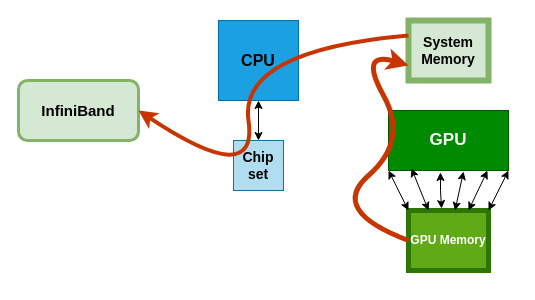
Earlier version of the draw.io diagram page "Page-1" (1 of 4) of DirectRDMA.drawio (bengisuelis/Drawings). Source tidied: cells renumbered, new cells numbered last; positions are measured from the earlier drawing's top-left corner, leaving out a move shared by most shapes. Both pictures are drawn from the tidied source at 100%, with x=0, y=0 at pixel (18, 20).
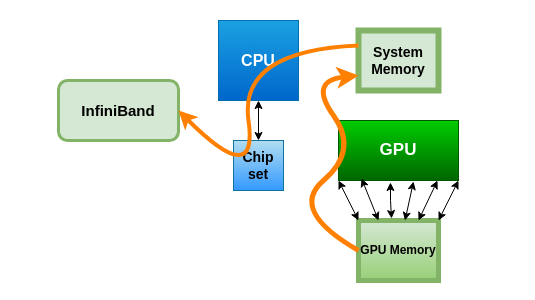
The same page after the edit.

Diff of the diagram source:
```diff
@@
-    <mxCell id="2" value="&lt;b&gt;GPU Memory&lt;/b&gt;" style="rounded=0;whiteSpace=wrap;html=1;fillColor=#60a917;strokeColor=#2D7600;fontColor=#ffffff;strokeWidth=5;" parent="1" vertex="1">
-      <mxGeometry x="390" y="190" width="80" height="60" as="geometry" />
+    <mxCell id="2" value="&lt;b&gt;GPU Memory&lt;/b&gt;" style="rounded=0;whiteSpace=wrap;html=1;fillColor=#d5e8d4;strokeColor=#82b366;strokeWidth=5;gradientColor=#97d077;" parent="1" vertex="1">
+      <mxGeometry x="340" y="200" width="80" height="60" as="geometry" />
     </mxCell>
-    <mxCell id="3" value="&lt;b&gt;&lt;font style=&quot;font-size: 17px;&quot;&gt;GPU&lt;/font&gt;&lt;/b&gt;" style="rounded=0;whiteSpace=wrap;html=1;fillColor=#008a00;strokeColor=#005700;fontColor=#ffffff;" parent="1" vertex="1">
-      <mxGeometry x="370" y="90" width="120" height="60" as="geometry" />
+    <mxCell id="3" value="&lt;b&gt;&lt;font style=&quot;font-size: 17px;&quot;&gt;GPU&lt;/font&gt;&lt;/b&gt;" style="rounded=0;whiteSpace=wrap;html=1;fillColor=#00CC00;strokeColor=#005700;fontColor=#ffffff;gradientColor=#006600;" parent="1" vertex="1">
+      <mxGeometry x="320" y="100" width="120" height="60" as="geometry" />
     </mxCell>
     <mxCell id="4" value="&lt;b&gt;&lt;font style=&quot;font-size: 14px;&quot;&gt;System Memory&lt;/font&gt;&lt;/b&gt;" style="rounded=0;whiteSpace=wrap;html=1;fillColor=#d5e8d4;strokeColor=#82b366;strokeWidth=6;" parent="1" vertex="1">
-      <mxGeometry x="390" width="80" height="60" as="geometry" />
+      <mxGeometry x="340" y="10" width="80" height="60" as="geometry" />
     </mxCell>
-    <mxCell id="5" value="&lt;b&gt;&lt;font style=&quot;font-size: 14px;&quot;&gt;Chip set&lt;/font&gt;&lt;/b&gt;" style="rounded=0;whiteSpace=wrap;html=1;fillColor=#b1ddf0;strokeColor=#10739e;" parent="1" vertex="1">
+    <mxCell id="5" value="&lt;b&gt;&lt;font style=&quot;font-size: 14px;&quot;&gt;Chip set&lt;/font&gt;&lt;/b&gt;" style="rounded=0;whiteSpace=wrap;html=1;fillColor=#b1ddf0;strokeColor=#10739e;gradientColor=#3399FF;" parent="1" vertex="1">
       <mxGeometry x="215" y="120" width="50" height="50" as="geometry" />
     </mxCell>
-    <mxCell id="6" value="&lt;b&gt;&lt;font style=&quot;font-size: 16px; color: rgb(0, 0, 0);&quot;&gt;CPU&lt;/font&gt;&lt;/b&gt;" style="whiteSpace=wrap;html=1;fillColor=#1ba1e2;fontColor=#ffffff;strokeColor=#006EAF;" parent="1" vertex="1">
+    <mxCell id="6" value="&lt;b&gt;&lt;font style=&quot;font-size: 16px; color: light-dark(rgb(255, 255, 255), rgb(237, 237, 237));&quot;&gt;CPU&lt;/font&gt;&lt;/b&gt;" style="whiteSpace=wrap;html=1;fillColor=#1ba1e2;fontColor=#ffffff;strokeColor=#006EAF;gradientColor=#0066CC;" parent="1" vertex="1">
       <mxGeometry x="200" width="80" height="80" as="geometry" />
     </mxCell>
     <mxCell id="7" value="&lt;b&gt;&lt;font style=&quot;font-size: 15px;&quot;&gt;InfiniBand&lt;/font&gt;&lt;/b&gt;" style="rounded=1;whiteSpace=wrap;html=1;fillColor=#d5e8d4;strokeColor=#82b366;strokeWidth=3;" parent="1" vertex="1">
-      <mxGeometry y="60" width="120" height="60" as="geometry" />
+      <mxGeometry x="40" y="60" width="120" height="60" as="geometry" />
     </mxCell>
@@
     <mxCell id="10" style="endArrow=classic;startArrow=classic;html=1;rounded=0;entryX=0.433;entryY=1.033;entryDx=0;entryDy=0;entryPerimeter=0;exitX=0.413;exitY=-0.033;exitDx=0;exitDy=0;exitPerimeter=0;" parent="1" edge="1" source="2" target="3">
       <mxGeometry relative="1" as="geometry">
         <Array as="points">
-          <mxPoint x="422" y="170" />
+          <mxPoint x="372" y="180" />
         </Array>
       </mxGeometry>
     </mxCell>
@@
-    <mxCell id="14" style="curved=1;endArrow=classic;html=1;rounded=0;exitX=0;exitY=0.5;exitDx=0;exitDy=0;entryX=0;entryY=0.75;entryDx=0;entryDy=0;strokeColor=#C73500;fillColor=#fa6800;strokeWidth=5;" parent="1" edge="1" source="2" target="4">
+    <mxCell id="14" style="curved=1;endArrow=classic;html=1;rounded=0;exitX=0;exitY=0.5;exitDx=0;exitDy=0;entryX=0;entryY=0.75;entryDx=0;entryDy=0;strokeColor=#FF8000;fillColor=#fa6800;strokeWidth=5;" parent="1" edge="1" source="2" target="4">
       <mxGeometry relative="1" as="geometry">
         <Array as="points">
-          <mxPoint x="310" y="190" />
-          <mxPoint x="390" y="120" />
-          <mxPoint x="340" y="30" />
+          <mxPoint x="270" y="190" />
+          <mxPoint x="340" y="130" />
+          <mxPoint x="290" y="60" />
         </Array>
       </mxGeometry>
     </mxCell>
-    <mxCell id="15" style="endArrow=classic;html=1;rounded=0;fillColor=#fa6800;strokeColor=#C73500;entryX=1;entryY=0.5;entryDx=0;entryDy=0;exitX=0;exitY=0.25;exitDx=0;exitDy=0;curved=1;strokeWidth=4;" parent="1" edge="1" source="4" target="7">
+    <mxCell id="15" style="endArrow=classic;html=1;rounded=0;fillColor=#fa6800;strokeColor=#FF8000;entryX=1;entryY=0.5;entryDx=0;entryDy=0;exitX=0;exitY=0.25;exitDx=0;exitDy=0;curved=1;strokeWidth=4;" parent="1" edge="1" source="4" target="7">
       <mxGeometry relative="1" as="geometry">
         <Array as="points">
           <mxPoint x="220" y="30" />
           <mxPoint x="240" y="170" />
         </Array>
       </mxGeometry>
     </mxCell>
```
